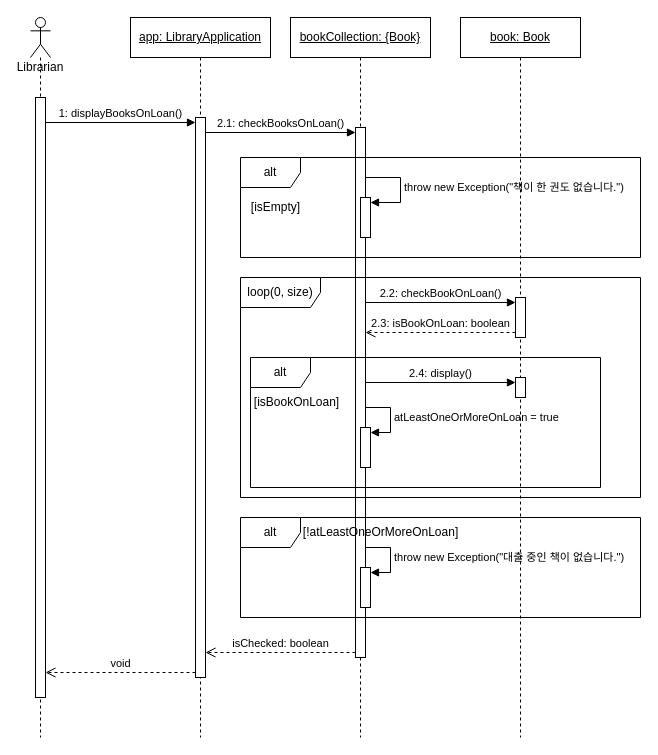
This is UML/SD4 Display books on loan.drawio from Halozhan/2023-2-LibraryApplication, a draw.io file, before an edit. Source tidied: cells renumbered, new cells numbered last; positions are measured from the earlier drawing's top-left corner, leaving out a move shared by most shapes. Both pictures are drawn from the tidied source at 100%, with x=0, y=0 at pixel (30, 17).
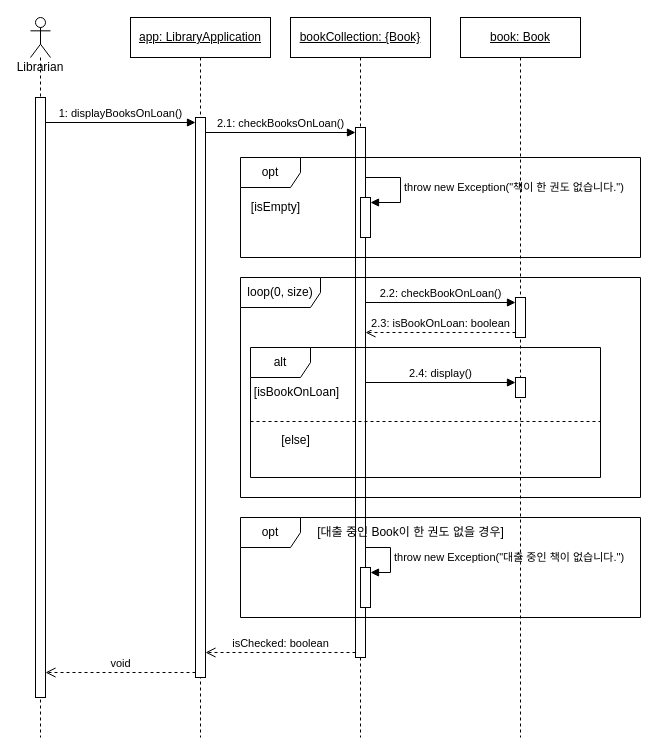
After the change.

The change refers to these unchanged cells:
```xml
<mxCell id="8" value="&lt;u style=&quot;border-color: var(--border-color);&quot;&gt;bookCollection: {Book}&lt;/u&gt;" style="shape=umlLifeline;perimeter=lifelinePerimeter;whiteSpace=wrap;html=1;newEdgeStyle={&quot;curved&quot;:0,&quot;rounded&quot;:0};" parent="1" vertex="1">
  <mxGeometry x="260" width="140" height="720" as="geometry" />
</mxCell>
<mxCell id="21" style="group;" parent="1" vertex="1">
  <mxGeometry x="210" y="140" width="400" height="100" as="geometry" />
</mxCell>
<mxCell id="32" style="group;" parent="1" vertex="1">
  <mxGeometry x="210" y="500" width="400" height="100" as="geometry" />
</mxCell>
```

What changed in the source:
```diff
@@
-    <mxCell id="12" style="html=1;points=[[0,0,0,0,5],[0,1,0,0,-5],[1,0,0,0,5],[1,1,0,0,-5]];perimeter=orthogonalPerimeter;outlineConnect=0;targetShapes=umlLifeline;portConstraint=eastwest;newEdgeStyle={&quot;curved&quot;:0,&quot;rounded&quot;:0};" parent="8" vertex="1">
-      <mxGeometry x="70" y="410" width="10" height="40" as="geometry" />
-    </mxCell>
-    <mxCell id="13" value="atLeastOneOrMoreOnLoan = true" style="html=1;align=left;spacingLeft=2;endArrow=block;rounded=0;edgeStyle=orthogonalEdgeStyle;curved=0;rounded=0;entryX=1;entryY=0;entryDx=0;entryDy=5;entryPerimeter=0;" parent="8" edge="1" target="12">
-      <mxGeometry relative="1" as="geometry">
-        <mxPoint x="75" y="390" as="sourcePoint" />
-        <Array as="points">
-          <mxPoint x="100" y="390" />
-          <mxPoint x="100" y="415" />
-        </Array>
-      </mxGeometry>
-    </mxCell>
@@
-    <mxCell id="22" value="alt" style="shape=umlFrame;whiteSpace=wrap;html=1;" parent="21" vertex="1">
+    <mxCell id="22" value="opt" style="shape=umlFrame;whiteSpace=wrap;html=1;" parent="21" vertex="1">
       <mxGeometry width="400" height="100" as="geometry" />
     </mxCell>
@@
     <mxCell id="28" style="group;" parent="1" vertex="1">
-      <mxGeometry x="220" y="340" width="350" height="130" as="geometry" />
+      <mxGeometry x="220" y="330" width="350" height="130" as="geometry" />
     </mxCell>
@@
-    <mxCell id="33" value="alt" style="shape=umlFrame;whiteSpace=wrap;html=1;" parent="32" vertex="1">
+    <mxCell id="33" value="opt" style="shape=umlFrame;whiteSpace=wrap;html=1;" parent="32" vertex="1">
       <mxGeometry width="400" height="100" as="geometry" />
     </mxCell>
-    <mxCell id="34" value="[!atLeastOneOrMoreOnLoan]" style="text;html=1;align=center;verticalAlign=middle;strokeColor=none;fillColor=none;" parent="32" vertex="1">
-      <mxGeometry x="50" width="180" height="30" as="geometry" />
+    <mxCell id="34" value="[대출 중인 Book이 한 권도 없을 경우]" style="text;html=1;align=center;verticalAlign=middle;strokeColor=none;fillColor=none;" parent="32" vertex="1">
+      <mxGeometry x="60" width="220" height="30" as="geometry" />
     </mxCell>
+    <mxCell id="35" style="line;strokeWidth=1;fillColor=none;align=left;verticalAlign=middle;spacingTop=-1;spacingLeft=3;spacingRight=3;labelPosition=right;strokeColor=inherit;dashed=1;" parent="1" vertex="1">
+      <mxGeometry x="220" y="400" width="350" height="8" as="geometry" />
+    </mxCell>
+    <mxCell id="36" value="[else]" style="text;html=1;align=center;verticalAlign=middle;strokeColor=none;fillColor=none;" parent="1" vertex="1">
+      <mxGeometry x="240" y="408" width="50" height="30" as="geometry" />
+    </mxCell>
```
